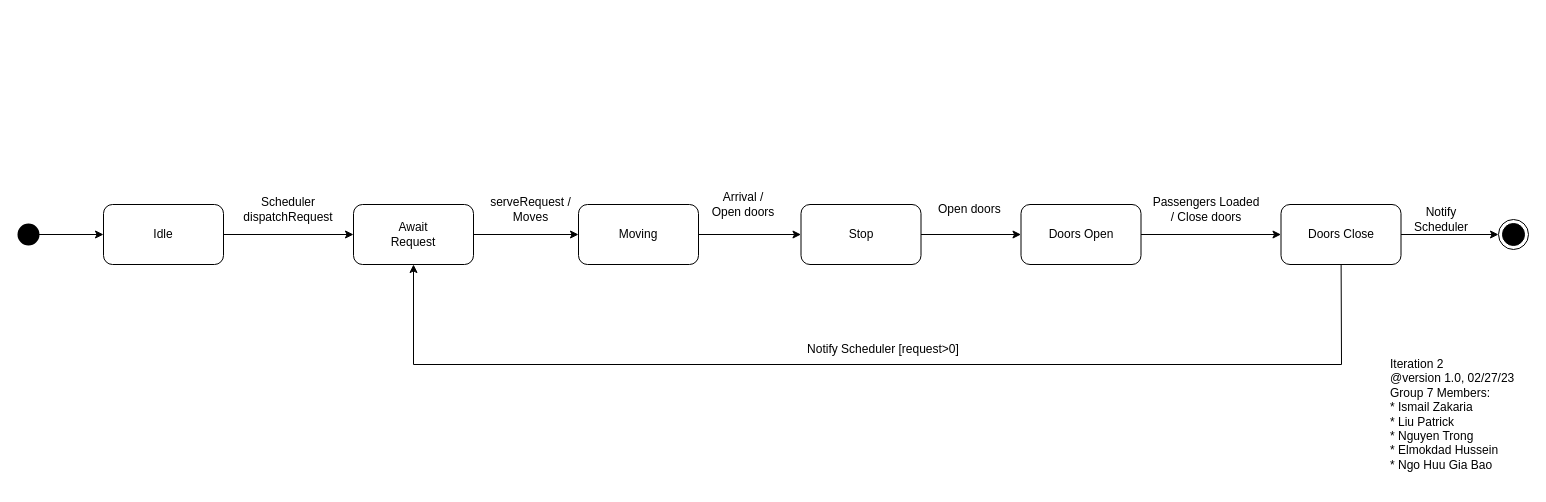
Earlier version of the draw.io diagram page "elevatorState" (3 of 4) of documentation/P3-UML.drawio (bobbyngo/Elevator-Control-System-And-Simulator). Source tidied: cells renumbered, new cells numbered last; positions are measured from the earlier drawing's top-left corner, leaving out a move shared by most shapes. Both pictures are drawn from the tidied source at 100%, with x=0, y=0 at pixel (18, 24).
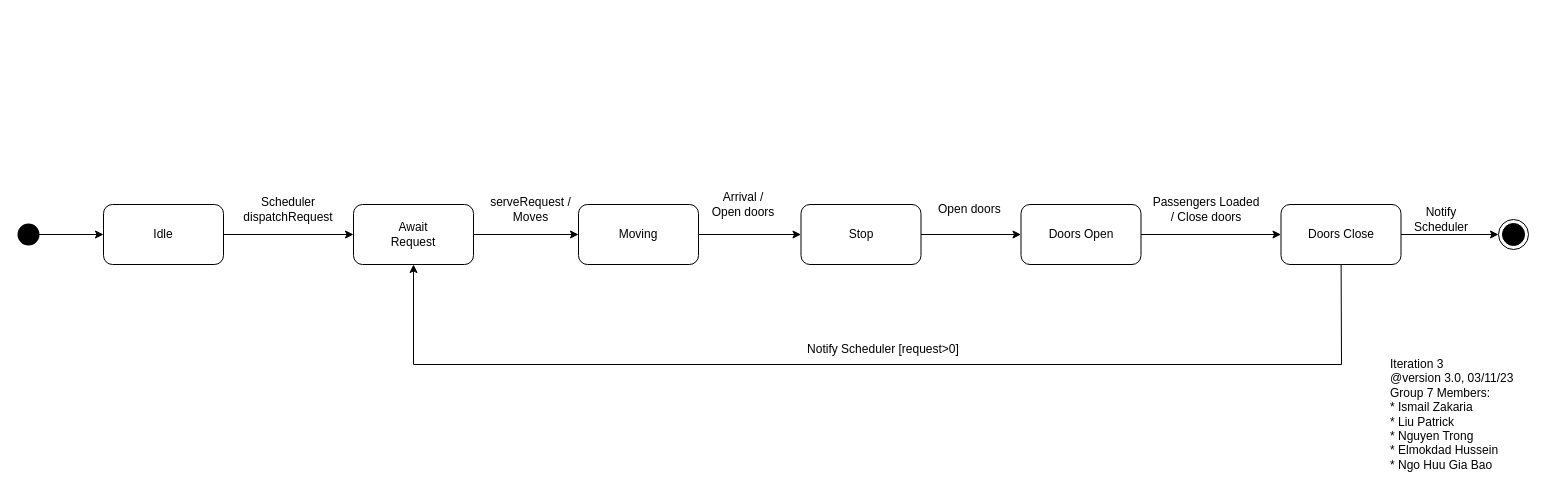
The same diagram, later.

Change to the diagram source:
```diff
@@
-    <mxCell id="26" value="&lt;div&gt;Iteration 2&amp;nbsp;&lt;/div&gt;&lt;div&gt;@version 1.0, 02/27/23&lt;/div&gt;&lt;div&gt;Group 7 Members:&lt;/div&gt;&lt;div&gt;* Ismail Zakaria&lt;/div&gt;&lt;div&gt;* Liu Patrick&lt;/div&gt;&lt;div&gt;* Nguyen Trong&lt;/div&gt;&lt;div&gt;* Elmokdad Hussein&lt;/div&gt;&lt;div&gt;* Ngo Huu Gia Bao&lt;/div&gt;" style="text;html=1;strokeColor=none;fillColor=none;align=left;verticalAlign=middle;whiteSpace=wrap;rounded=0;" parent="1" vertex="1">
+    <mxCell id="26" value="&lt;div&gt;Iteration 3&amp;nbsp;&lt;/div&gt;&lt;div&gt;@version 3.0, 03/11/23&lt;/div&gt;&lt;div&gt;Group 7 Members:&lt;/div&gt;&lt;div&gt;* Ismail Zakaria&lt;/div&gt;&lt;div&gt;* Liu Patrick&lt;/div&gt;&lt;div&gt;* Nguyen Trong&lt;/div&gt;&lt;div&gt;* Elmokdad Hussein&lt;/div&gt;&lt;div&gt;* Ngo Huu Gia Bao&lt;/div&gt;" style="text;html=1;strokeColor=none;fillColor=none;align=left;verticalAlign=middle;whiteSpace=wrap;rounded=0;" parent="1" vertex="1">
       <mxGeometry x="1370" y="320" width="140" height="140" as="geometry" />
     </mxCell>
```
